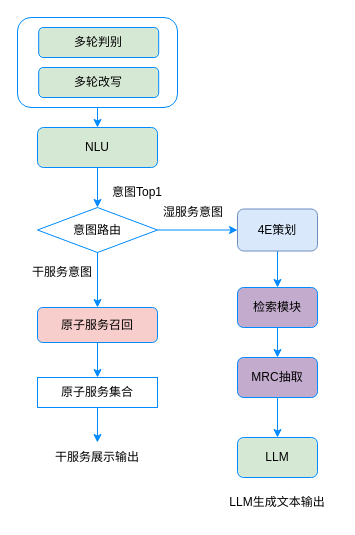
The draw.io diagram NLU老链路.drawio in ZhangHammer/ZhangHammer, before the edit. Source tidied: cells renumbered, new cells numbered last; positions are measured from the earlier drawing's top-left corner, leaving out a move shared by most shapes. Both pictures are drawn from the tidied source at 100%, with x=0, y=0 at pixel (17, 17).
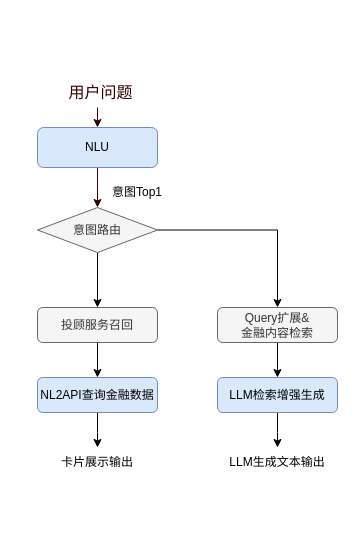
The same diagram, later.

What changed in the source:
```diff
@@
-    <mxCell id="2" style="edgeStyle=orthogonalEdgeStyle;rounded=0;jettySize=auto;html=1;exitX=0.5;exitY=1;exitDx=0;exitDy=0;entryX=0.5;entryY=0;entryDx=0;entryDy=0;strokeColor=#008aff;" parent="1" edge="1" source="3" target="7">
-      <mxGeometry relative="1" as="geometry" />
+    <mxCell id="2" style="edgeStyle=orthogonalEdgeStyle;rounded=0;jettySize=auto;html=1;exitX=0.5;exitY=1;exitDx=0;exitDy=0;entryX=0.5;entryY=0;entryDx=0;entryDy=0;strokeColor=#330000;" parent="1" edge="1" target="7">
+      <mxGeometry relative="1" as="geometry">
+        <mxPoint x="80" y="90" as="sourcePoint" />
+        <Array as="points">
+          <mxPoint x="80" y="100" />
+          <mxPoint x="80" y="100" />
+        </Array>
+      </mxGeometry>
     </mxCell>
-    <mxCell id="3" style="rounded=1;whiteSpace=wrap;html=1;strokeColor=#008aff;" parent="1" vertex="1">
-      <mxGeometry width="160" height="90" as="geometry" />
-    </mxCell>
-    <mxCell id="4" value="多轮判别" style="rounded=1;whiteSpace=wrap;html=1;fillColor=#d5e8d4;strokeColor=#008aff;" parent="1" vertex="1">
-      <mxGeometry x="21.2" y="10" width="120" height="30" as="geometry" />
-    </mxCell>
-    <mxCell id="5" value="多轮改写" style="rounded=1;whiteSpace=wrap;html=1;fillColor=#d5e8d4;strokeColor=#008aff;" parent="1" vertex="1">
-      <mxGeometry x="21.2" y="50" width="120" height="30" as="geometry" />
-    </mxCell>
-    <mxCell id="6" style="edgeStyle=orthogonalEdgeStyle;rounded=0;jettySize=auto;html=1;strokeColor=#008aff;" parent="1" edge="1" source="7" target="15">
+    <mxCell id="6" style="edgeStyle=orthogonalEdgeStyle;rounded=0;jettySize=auto;html=1;strokeColor=#330000;" parent="1" edge="1" source="7" target="15">
       <mxGeometry relative="1" as="geometry" />
     </mxCell>
-    <mxCell id="7" value="NLU" style="rounded=1;whiteSpace=wrap;html=1;fillColor=#d5e8d4;strokeColor=#008aff;" parent="1" vertex="1">
+    <mxCell id="7" value="NLU" style="rounded=1;whiteSpace=wrap;html=1;fillColor=#dae8fc;strokeColor=#6c8ebf;" parent="1" vertex="1">
       <mxGeometry x="20" y="110" width="120" height="40" as="geometry" />
     </mxCell>
-    <mxCell id="8" style="edgeStyle=orthogonalEdgeStyle;rounded=0;jettySize=auto;html=1;exitX=0.5;exitY=1;exitDx=0;exitDy=0;entryX=0.5;entryY=0;entryDx=0;entryDy=0;strokeColor=#008aff;" parent="1" edge="1" source="9" target="25">
-      <mxGeometry relative="1" as="geometry" />
-    </mxCell>
-    <mxCell id="9" value="4E策划" style="rounded=1;whiteSpace=wrap;html=1;fillColor=#dae8fc;strokeColor=#6c8ebf;" parent="1" vertex="1">
-      <mxGeometry x="220" y="191.5" width="80" height="42" as="geometry" />
-    </mxCell>
-    <mxCell id="10" style="edgeStyle=orthogonalEdgeStyle;rounded=0;jettySize=auto;html=1;exitX=0.5;exitY=1;exitDx=0;exitDy=0;entryX=0.5;entryY=0;entryDx=0;entryDy=0;strokeColor=#008aff;" parent="1" edge="1" source="11" target="12">
-      <mxGeometry relative="1" as="geometry" />
-    </mxCell>
-    <mxCell id="11" value="MRC抽取" style="rounded=1;whiteSpace=wrap;html=1;fillColor=#c3abcd;strokeColor=#008aff;" parent="1" vertex="1">
-      <mxGeometry x="220" y="340" width="80" height="40" as="geometry" />
-    </mxCell>
-    <mxCell id="12" value="LLM" style="rounded=1;whiteSpace=wrap;html=1;fillColor=#d5e8d4;strokeColor=#008aff;" parent="1" vertex="1">
-      <mxGeometry x="220" y="420" width="80" height="40" as="geometry" />
-    </mxCell>
-    <mxCell id="13" style="edgeStyle=orthogonalEdgeStyle;rounded=0;jettySize=auto;html=1;entryX=0;entryY=0.5;entryDx=0;entryDy=0;strokeColor=#008aff;" parent="1" edge="1" source="15" target="9">
-      <mxGeometry relative="1" as="geometry" />
-    </mxCell>
-    <mxCell id="14" style="edgeStyle=orthogonalEdgeStyle;rounded=0;jettySize=auto;html=1;exitX=0.5;exitY=1;exitDx=0;exitDy=0;strokeColor=#008aff;" parent="1" edge="1" source="15">
-      <mxGeometry relative="1" as="geometry">
-        <mxPoint x="80" y="290" as="targetPoint" />
-      </mxGeometry>
-    </mxCell>
+    <mxCell id="27" style="edgeStyle=orthogonalEdgeStyle;rounded=0;jettySize=auto;html=1;" parent="1" edge="1" source="15" target="32">
+      <mxGeometry relative="1" as="geometry" />
+    </mxCell>
+    <mxCell id="28" style="edgeStyle=orthogonalEdgeStyle;rounded=0;jettySize=auto;html=1;" parent="1" edge="1" source="15" target="23">
+      <mxGeometry relative="1" as="geometry" />
+    </mxCell>
-    <mxCell id="15" value="意图路由" style="rhombus;whiteSpace=wrap;html=1;strokeColor=#008aff;" parent="1" vertex="1">
+    <mxCell id="15" value="意图路由" style="rhombus;whiteSpace=wrap;html=1;strokeColor=#666666;fillColor=#f5f5f5;fontColor=#333333;" parent="1" vertex="1">
       <mxGeometry x="20" y="190" width="120" height="45" as="geometry" />
     </mxCell>
@@
-    <mxCell id="17" value="干服务意图" style="text;html=1;align=center;verticalAlign=middle;whiteSpace=wrap;rounded=0;strokeColor=none;" parent="1" vertex="1">
-      <mxGeometry x="10" y="240" width="70" height="30" as="geometry" />
-    </mxCell>
-    <mxCell id="18" value="湿服务意图" style="text;html=1;align=center;verticalAlign=middle;whiteSpace=wrap;rounded=0;strokeColor=none;" parent="1" vertex="1">
-      <mxGeometry x="141.2" y="180" width="70" height="30" as="geometry" />
-    </mxCell>
     <mxCell id="19" value="LLM生成文本输出" style="text;html=1;align=center;verticalAlign=middle;whiteSpace=wrap;rounded=0;strokeColor=none;" parent="1" vertex="1">
-      <mxGeometry x="211.2" y="470" width="97.5" height="30" as="geometry" />
+      <mxGeometry x="211.2" y="430" width="97.5" height="30" as="geometry" />
     </mxCell>
-    <mxCell id="20" style="edgeStyle=orthogonalEdgeStyle;rounded=0;jettySize=auto;html=1;exitX=0.5;exitY=1;exitDx=0;exitDy=0;entryX=0.5;entryY=0;entryDx=0;entryDy=0;strokeColor=#008aff;" parent="1" edge="1" source="21" target="26">
-      <mxGeometry relative="1" as="geometry" />
-    </mxCell>
-    <mxCell id="21" value="原子服务集合" style="rounded=0;whiteSpace=wrap;html=1;fillColor=none;strokeColor=#008aff;" parent="1" vertex="1">
-      <mxGeometry x="20" y="360" width="120" height="30" as="geometry" />
-    </mxCell>
-    <mxCell id="22" style="edgeStyle=orthogonalEdgeStyle;rounded=0;jettySize=auto;html=1;exitX=0.5;exitY=1;exitDx=0;exitDy=0;entryX=0.5;entryY=0;entryDx=0;entryDy=0;strokeColor=#008aff;" parent="1" edge="1" source="23" target="21">
-      <mxGeometry relative="1" as="geometry" />
-    </mxCell>
+    <mxCell id="29" style="edgeStyle=orthogonalEdgeStyle;rounded=0;jettySize=auto;html=1;" parent="1" edge="1" source="23" target="36">
+      <mxGeometry relative="1" as="geometry" />
+    </mxCell>
-    <mxCell id="23" value="原子服务召回" style="rounded=1;whiteSpace=wrap;html=1;strokeColor=#008aff;fillColor=#f8cecc;" parent="1" vertex="1">
+    <mxCell id="23" value="投顾服务召回" style="rounded=1;whiteSpace=wrap;html=1;strokeColor=#666666;fillColor=#f5f5f5;fontColor=#333333;" parent="1" vertex="1">
       <mxGeometry x="20" y="290" width="120" height="35" as="geometry" />
     </mxCell>
-    <mxCell id="24" style="edgeStyle=orthogonalEdgeStyle;rounded=0;jettySize=auto;html=1;exitX=0.5;exitY=1;exitDx=0;exitDy=0;entryX=0.5;entryY=0;entryDx=0;entryDy=0;strokeColor=#008aff;" parent="1" edge="1" source="25" target="11">
-      <mxGeometry relative="1" as="geometry" />
-    </mxCell>
-    <mxCell id="25" value="检索模块" style="rounded=1;whiteSpace=wrap;html=1;fillColor=#c3abcd;strokeColor=#008aff;" parent="1" vertex="1">
-      <mxGeometry x="220" y="270" width="80" height="40" as="geometry" />
-    </mxCell>
-    <mxCell id="26" value="干服务展示输出" style="text;html=1;align=center;verticalAlign=middle;whiteSpace=wrap;rounded=0;strokeColor=none;" parent="1" vertex="1">
-      <mxGeometry x="31.2" y="425" width="97.5" height="30" as="geometry" />
+    <mxCell id="26" value="卡片展示输出" style="text;html=1;align=center;verticalAlign=middle;whiteSpace=wrap;rounded=0;strokeColor=none;" parent="1" vertex="1">
+      <mxGeometry x="31.2" y="430" width="97.5" height="30" as="geometry" />
     </mxCell>
+    <mxCell id="30" value="用户问题" style="text;html=1;strokeColor=none;fillColor=none;align=center;verticalAlign=middle;whiteSpace=wrap;rounded=0;fontSize=16;fontColor=#330000;" parent="1" vertex="1">
+      <mxGeometry x="31.2" y="60" width="105" height="30" as="geometry" />
+    </mxCell>
+    <mxCell id="31" style="edgeStyle=orthogonalEdgeStyle;rounded=0;jettySize=auto;html=1;" parent="1" edge="1" source="32" target="34">
+      <mxGeometry relative="1" as="geometry" />
+    </mxCell>
+    <mxCell id="32" value="Query扩展&amp;amp;&lt;div&gt;金融内容检索&lt;/div&gt;" style="rounded=1;whiteSpace=wrap;html=1;strokeColor=#666666;fillColor=#f5f5f5;fontColor=#333333;" parent="1" vertex="1">
+      <mxGeometry x="200" y="290" width="120" height="35" as="geometry" />
+    </mxCell>
+    <mxCell id="33" style="edgeStyle=orthogonalEdgeStyle;rounded=0;jettySize=auto;html=1;" parent="1" edge="1" source="34" target="19">
+      <mxGeometry relative="1" as="geometry" />
+    </mxCell>
+    <mxCell id="34" value="LLM检索增强生成" style="rounded=1;whiteSpace=wrap;html=1;strokeColor=#6c8ebf;fillColor=#dae8fc;" parent="1" vertex="1">
+      <mxGeometry x="200" y="360" width="120" height="35" as="geometry" />
+    </mxCell>
+    <mxCell id="35" style="edgeStyle=orthogonalEdgeStyle;rounded=0;jettySize=auto;html=1;" parent="1" edge="1" source="36" target="26">
+      <mxGeometry relative="1" as="geometry" />
+    </mxCell>
+    <mxCell id="36" value="NL2API查询金融数据" style="rounded=1;whiteSpace=wrap;html=1;strokeColor=#6c8ebf;fillColor=#dae8fc;" parent="1" vertex="1">
+      <mxGeometry x="20" y="360" width="120" height="35" as="geometry" />
+    </mxCell>
```
